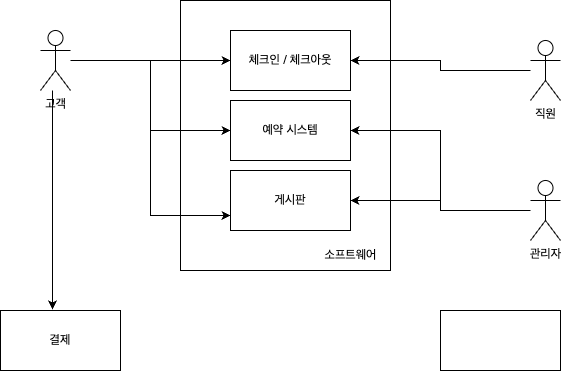
Victoriapasta/SRS-Diagram keeps this draw.io diagram as 제목 없는 다이어그램.drawio.png. Above is the earlier version. Source tidied: cells renumbered, new cells last; positions are measured from the earlier drawing's top-left corner, leaving out a move shared by most shapes.
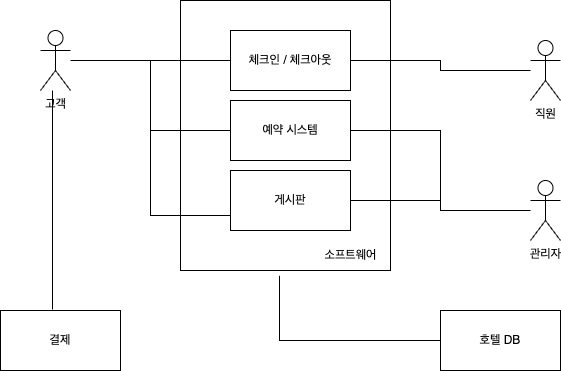
After the change.

Commit message:
제목 없는 다이어그램.drawio.png 업데이트

The edit, as a diff of the source:
```diff
@@ -5,25 +5,25 @@
     <mxCell id="2" style="rounded=0;whiteSpace=wrap;html=1;" parent="1" vertex="1">
       <mxGeometry x="180" width="210" height="270" as="geometry" />
     </mxCell>
-    <mxCell id="3" style="edgeStyle=orthogonalEdgeStyle;rounded=0;jettySize=auto;html=1;entryX=0;entryY=0.5;entryDx=0;entryDy=0;" parent="1" edge="1" source="5" target="14">
+    <mxCell id="3" style="edgeStyle=orthogonalEdgeStyle;rounded=0;jettySize=auto;html=1;entryX=0;entryY=0.5;entryDx=0;entryDy=0;endArrow=none;endFill=0;" parent="1" edge="1" source="5" target="14">
       <mxGeometry relative="1" as="geometry" />
     </mxCell>
-    <mxCell id="4" style="edgeStyle=orthogonalEdgeStyle;rounded=0;jettySize=auto;html=1;entryX=0;entryY=0.5;entryDx=0;entryDy=0;" parent="1" edge="1" source="5" target="13">
+    <mxCell id="4" style="edgeStyle=orthogonalEdgeStyle;rounded=0;jettySize=auto;html=1;entryX=0;entryY=0.5;entryDx=0;entryDy=0;endArrow=none;endFill=0;" parent="1" edge="1" source="5" target="13">
       <mxGeometry relative="1" as="geometry" />
     </mxCell>
     <mxCell id="5" value="고객" style="shape=umlActor;verticalLabelPosition=bottom;verticalAlign=top;html=1;outlineConnect=0;" parent="1" vertex="1">
       <mxGeometry x="40" y="30" width="30" height="60" as="geometry" />
     </mxCell>
-    <mxCell id="6" style="edgeStyle=orthogonalEdgeStyle;rounded=0;jettySize=auto;html=1;entryX=1;entryY=0.5;entryDx=0;entryDy=0;" parent="1" edge="1" source="7" target="13">
+    <mxCell id="6" style="edgeStyle=orthogonalEdgeStyle;rounded=0;jettySize=auto;html=1;entryX=1;entryY=0.5;entryDx=0;entryDy=0;endArrow=none;endFill=0;" parent="1" edge="1" source="7" target="13">
       <mxGeometry relative="1" as="geometry" />
     </mxCell>
     <mxCell id="7" value="직원&lt;br&gt;" style="shape=umlActor;verticalLabelPosition=bottom;verticalAlign=top;html=1;outlineConnect=0;" parent="1" vertex="1">
       <mxGeometry x="530" y="40" width="30" height="60" as="geometry" />
     </mxCell>
-    <mxCell id="8" style="edgeStyle=orthogonalEdgeStyle;rounded=0;jettySize=auto;html=1;" parent="1" edge="1" source="10" target="11">
+    <mxCell id="8" style="edgeStyle=orthogonalEdgeStyle;rounded=0;jettySize=auto;html=1;endArrow=none;endFill=0;" parent="1" edge="1" source="10" target="11">
       <mxGeometry relative="1" as="geometry" />
     </mxCell>
-    <mxCell id="9" style="edgeStyle=orthogonalEdgeStyle;rounded=0;jettySize=auto;html=1;entryX=1;entryY=0.5;entryDx=0;entryDy=0;" parent="1" edge="1" source="10" target="14">
+    <mxCell id="9" style="edgeStyle=orthogonalEdgeStyle;rounded=0;jettySize=auto;html=1;entryX=1;entryY=0.5;entryDx=0;entryDy=0;endArrow=none;endFill=0;" parent="1" edge="1" source="10" target="14">
       <mxGeometry relative="1" as="geometry" />
     </mxCell>
     <mxCell id="10" value="관리자&lt;br&gt;" style="shape=umlActor;verticalLabelPosition=bottom;verticalAlign=top;html=1;outlineConnect=0;" parent="1" vertex="1">
@@ -32,7 +32,7 @@
     <mxCell id="11" value="게시판" style="rounded=0;whiteSpace=wrap;html=1;" parent="1" vertex="1">
       <mxGeometry x="230" y="170" width="120" height="60" as="geometry" />
     </mxCell>
-    <mxCell id="12" style="edgeStyle=orthogonalEdgeStyle;rounded=0;jettySize=auto;html=1;entryX=0;entryY=0.75;entryDx=0;entryDy=0;" parent="1" edge="1" source="5" target="11">
+    <mxCell id="12" style="edgeStyle=orthogonalEdgeStyle;rounded=0;jettySize=auto;html=1;entryX=0;entryY=0.75;entryDx=0;entryDy=0;endArrow=none;endFill=0;" parent="1" edge="1" source="5" target="11">
       <mxGeometry relative="1" as="geometry">
         <Array as="points">
           <mxPoint x="150" y="60" />
@@ -49,7 +49,7 @@
     <mxCell id="15" value="결제" style="rounded=0;whiteSpace=wrap;html=1;" parent="1" vertex="1">
       <mxGeometry y="310" width="120" height="60" as="geometry" />
     </mxCell>
-    <mxCell id="16" style="edgeStyle=orthogonalEdgeStyle;rounded=0;jettySize=auto;html=1;entryX=0.433;entryY=-0.017;entryDx=0;entryDy=0;entryPerimeter=0;" parent="1" edge="1" source="5" target="15">
+    <mxCell id="16" style="edgeStyle=orthogonalEdgeStyle;rounded=0;jettySize=auto;html=1;entryX=0.433;entryY=-0.017;entryDx=0;entryDy=0;entryPerimeter=0;endArrow=none;endFill=0;" parent="1" edge="1" source="5" target="15">
       <mxGeometry relative="1" as="geometry">
         <Array as="points">
           <mxPoint x="52" y="210" />
@@ -60,8 +60,11 @@
     <mxCell id="17" value="소프트웨어" style="text;html=1;align=center;verticalAlign=middle;strokeColor=none;fillColor=none;" parent="1" vertex="1">
       <mxGeometry x="310" y="240" width="80" height="30" as="geometry" />
     </mxCell>
-    <mxCell id="18" style="rounded=0;whiteSpace=wrap;html=1;" parent="1" vertex="1">
+    <mxCell id="18" value="호텔 DB" style="rounded=0;whiteSpace=wrap;html=1;" parent="1" vertex="1">
       <mxGeometry x="440" y="310" width="120" height="60" as="geometry" />
     </mxCell>
+    <mxCell id="19" style="edgeStyle=orthogonalEdgeStyle;rounded=0;jettySize=auto;html=1;entryX=0.471;entryY=1.019;entryDx=0;entryDy=0;entryPerimeter=0;endArrow=none;endFill=0;" parent="1" edge="1" source="18" target="2">
+      <mxGeometry relative="1" as="geometry" />
+    </mxCell>
   </root>
 </mxGraphModel>
```
